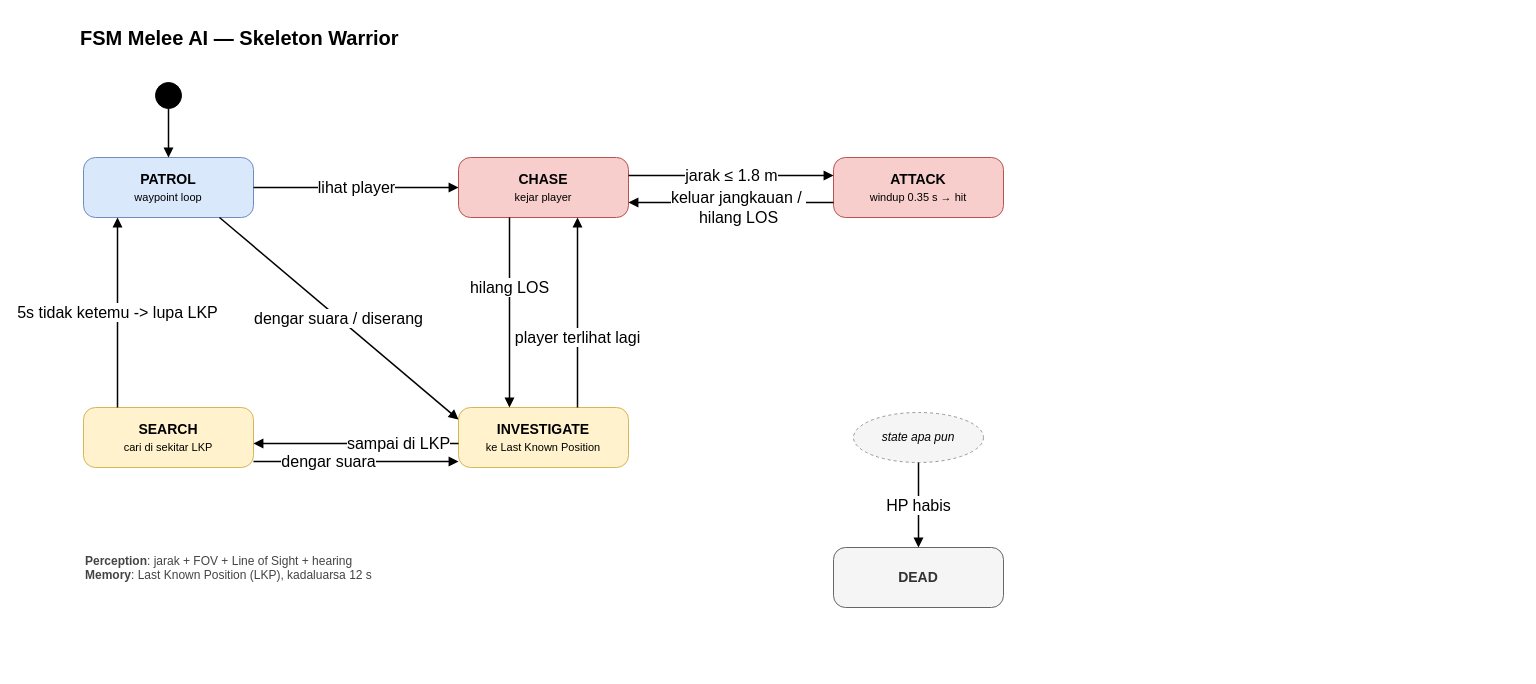
Earlier version of the draw.io diagram UTS-DungeonHunter/Docs/diagrams/fsm_melee.drawio (Theluckybro/Smart-Game-Mi-Ayam). Source tidied: cells renumbered, new cells numbered last; positions are measured from the earlier drawing's top-left corner, leaving out a move shared by most shapes. Both pictures are drawn from the tidied source at 100%, with x=0, y=0 at pixel (78, 17).
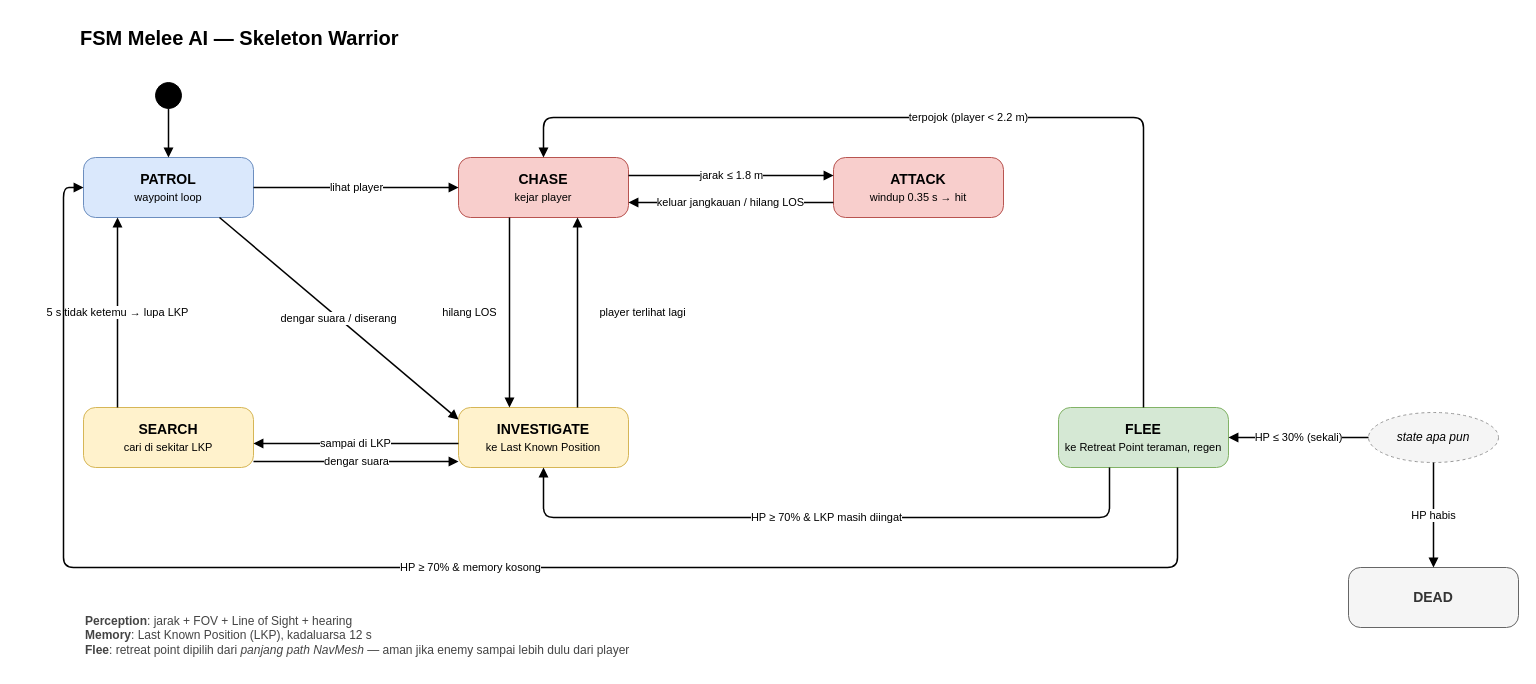
The same diagram, later.

The change refers to these unchanged cells:
```xml
<mxCell id="4" value="PATROL&lt;br&gt;&lt;span style=&quot;font-weight:normal;font-size:11px&quot;&gt;waypoint loop&lt;/span&gt;" style="rounded=1;whiteSpace=wrap;html=1;fillColor=#dae8fc;strokeColor=#6c8ebf;fontStyle=1;fontSize=14;arcSize=20;" parent="1" vertex="1">
  <mxGeometry x="5" y="140" width="170" height="60" as="geometry" />
</mxCell>
<mxCell id="5" value="CHASE&lt;br&gt;&lt;span style=&quot;font-weight:normal;font-size:11px&quot;&gt;kejar player&lt;/span&gt;" style="rounded=1;whiteSpace=wrap;html=1;fillColor=#f8cecc;strokeColor=#b85450;fontStyle=1;fontSize=14;arcSize=20;" parent="1" vertex="1">
  <mxGeometry x="380" y="140" width="170" height="60" as="geometry" />
</mxCell>
<mxCell id="6" value="ATTACK&lt;br&gt;&lt;span style=&quot;font-weight:normal;font-size:11px&quot;&gt;windup 0.35 s → hit&lt;/span&gt;" style="rounded=1;whiteSpace=wrap;html=1;fillColor=#f8cecc;strokeColor=#b85450;fontStyle=1;fontSize=14;arcSize=20;" parent="1" vertex="1">
  <mxGeometry x="755" y="140" width="170" height="60" as="geometry" />
</mxCell>
<mxCell id="7" value="INVESTIGATE&lt;br&gt;&lt;span style=&quot;font-weight:normal;font-size:11px&quot;&gt;ke Last Known Position&lt;/span&gt;" style="rounded=1;whiteSpace=wrap;html=1;fillColor=#fff2cc;strokeColor=#d6b656;fontStyle=1;fontSize=14;arcSize=20;" parent="1" vertex="1">
  <mxGeometry x="380" y="390" width="170" height="60" as="geometry" />
</mxCell>
<mxCell id="8" value="SEARCH&lt;br&gt;&lt;span style=&quot;font-weight:normal;font-size:11px&quot;&gt;cari di sekitar LKP&lt;/span&gt;" style="rounded=1;whiteSpace=wrap;html=1;fillColor=#fff2cc;strokeColor=#d6b656;fontStyle=1;fontSize=14;arcSize=20;" parent="1" vertex="1">
  <mxGeometry x="5" y="390" width="170" height="60" as="geometry" />
</mxCell>
```

Change to the diagram source:
```diff
@@
+    <mxCell id="23" value="FLEE&lt;br&gt;&lt;span style=&quot;font-weight:normal;font-size:11px&quot;&gt;ke Retreat Point teraman, regen&lt;/span&gt;" style="rounded=1;whiteSpace=wrap;html=1;fillColor=#d5e8d4;strokeColor=#82b366;fontStyle=1;fontSize=14;arcSize=20;" parent="1" vertex="1">
+      <mxGeometry x="980" y="390" width="170" height="60" as="geometry" />
+    </mxCell>
     <mxCell id="9" value="state apa pun" style="ellipse;whiteSpace=wrap;html=1;fillColor=#f5f5f5;strokeColor=#999999;dashed=1;fontSize=12;fontStyle=2;" parent="1" vertex="1">
-      <mxGeometry x="775" y="395" width="130" height="50" as="geometry" />
+      <mxGeometry x="1290" y="395" width="130" height="50" as="geometry" />
     </mxCell>
     <mxCell id="10" value="DEAD" style="rounded=1;whiteSpace=wrap;html=1;fillColor=#f5f5f5;strokeColor=#666666;fontColor=#333333;fontStyle=1;fontSize=14;arcSize=20;" parent="1" vertex="1">
-      <mxGeometry x="755" y="530" width="170" height="60" as="geometry" />
+      <mxGeometry x="1270" y="550" width="170" height="60" as="geometry" />
     </mxCell>
-    <mxCell id="11" value="&lt;b&gt;Perception&lt;/b&gt;: jarak + FOV + Line of Sight + hearing&lt;br&gt;&lt;b&gt;Memory&lt;/b&gt;: Last Known Position (LKP), kadaluarsa 12 s" style="text;html=1;align=left;verticalAlign=top;fontSize=12;whiteSpace=wrap;fontColor=#444444;" parent="1" vertex="1">
-      <mxGeometry x="5" y="530" width="600" height="50" as="geometry" />
+    <mxCell id="11" value="&lt;b&gt;Perception&lt;/b&gt;: jarak + FOV + Line of Sight + hearing&lt;br&gt;&lt;b&gt;Memory&lt;/b&gt;: Last Known Position (LKP), kadaluarsa 12 s&lt;br&gt;&lt;b&gt;Flee&lt;/b&gt;: retreat point dipilih dari &lt;i&gt;panjang path NavMesh&lt;/i&gt; — aman jika enemy sampai lebih dulu dari player" style="text;html=1;align=left;verticalAlign=top;fontSize=12;whiteSpace=wrap;fontColor=#444444;" parent="1" vertex="1">
+      <mxGeometry x="5" y="590" width="760" height="60" as="geometry" />
     </mxCell>
@@
-    <mxCell id="13" value="&lt;font style=&quot;font-size: 16px;&quot;&gt;lihat player&lt;/font&gt;" style="html=1;rounded=1;endArrow=block;endFill=1;strokeWidth=1.5;fontSize=11;labelBackgroundColor=#ffffff;exitX=1;exitY=0.5;exitDx=0;exitDy=0;entryX=0;entryY=0.5;entryDx=0;entryDy=0;" parent="1" edge="1" source="4" target="5">
+    <mxCell id="13" value="lihat player" style="html=1;rounded=1;endArrow=block;endFill=1;strokeWidth=1.5;fontSize=11;labelBackgroundColor=#ffffff;exitX=1;exitY=0.5;exitDx=0;exitDy=0;entryX=0;entryY=0.5;entryDx=0;entryDy=0;" parent="1" edge="1" source="4" target="5">
       <mxGeometry relative="1" as="geometry" />
     </mxCell>
-    <mxCell id="14" value="&lt;font style=&quot;font-size: 16px;&quot;&gt;jarak ≤ 1.8 m&lt;/font&gt;" style="html=1;rounded=1;endArrow=block;endFill=1;strokeWidth=1.5;fontSize=11;labelBackgroundColor=#ffffff;exitX=1;exitY=0.3;exitDx=0;exitDy=0;entryX=0;entryY=0.3;entryDx=0;entryDy=0;" parent="1" edge="1" source="5" target="6">
+    <mxCell id="14" value="jarak ≤ 1.8 m" style="html=1;rounded=1;endArrow=block;endFill=1;strokeWidth=1.5;fontSize=11;labelBackgroundColor=#ffffff;exitX=1;exitY=0.3;exitDx=0;exitDy=0;entryX=0;entryY=0.3;entryDx=0;entryDy=0;" parent="1" edge="1" source="5" target="6">
       <mxGeometry relative="1" as="geometry" />
     </mxCell>
-    <mxCell id="15" value="&lt;font style=&quot;font-size: 16px;&quot;&gt;keluar jangkauan /&amp;nbsp;&lt;/font&gt;&lt;div&gt;&lt;font style=&quot;font-size: 16px;&quot;&gt;hilang LOS&lt;/font&gt;&lt;/div&gt;" style="html=1;rounded=1;endArrow=block;endFill=1;strokeWidth=1.5;fontSize=11;labelBackgroundColor=#ffffff;exitX=0;exitY=0.75;exitDx=0;exitDy=0;entryX=1;entryY=0.75;entryDx=0;entryDy=0;" parent="1" edge="1" source="6" target="5">
-      <mxGeometry x="-0.07" y="5" relative="1" as="geometry" />
+    <mxCell id="15" value="keluar jangkauan / hilang LOS" style="html=1;rounded=1;endArrow=block;endFill=1;strokeWidth=1.5;fontSize=11;labelBackgroundColor=#ffffff;exitX=0;exitY=0.75;exitDx=0;exitDy=0;entryX=1;entryY=0.75;entryDx=0;entryDy=0;" parent="1" edge="1" source="6" target="5">
+      <mxGeometry relative="1" as="geometry" />
     </mxCell>
-    <mxCell id="16" value="&lt;font style=&quot;font-size: 16px;&quot;&gt;hilang LOS&lt;/font&gt;" style="html=1;rounded=1;endArrow=block;endFill=1;strokeWidth=1.5;fontSize=11;labelBackgroundColor=#ffffff;exitX=0.3;exitY=1;exitDx=0;exitDy=0;entryX=0.3;entryY=0;entryDx=0;entryDy=0;" parent="1" edge="1" source="5" target="7">
-      <mxGeometry x="-0.26" relative="1" as="geometry" />
+    <mxCell id="16" value="hilang LOS" style="html=1;rounded=1;endArrow=block;endFill=1;strokeWidth=1.5;fontSize=11;labelBackgroundColor=#ffffff;exitX=0.3;exitY=1;exitDx=0;exitDy=0;entryX=0.3;entryY=0;entryDx=0;entryDy=0;" parent="1" edge="1" source="5" target="7">
+      <mxGeometry relative="1" as="geometry">
+        <mxPoint x="-40" as="offset" />
+      </mxGeometry>
     </mxCell>
-    <mxCell id="17" value="&lt;font style=&quot;font-size: 16px;&quot;&gt;player terlihat lagi&lt;/font&gt;" style="html=1;rounded=1;endArrow=block;endFill=1;strokeWidth=1.5;fontSize=11;labelBackgroundColor=#ffffff;exitX=0.7;exitY=0;exitDx=0;exitDy=0;entryX=0.7;entryY=1;entryDx=0;entryDy=0;" parent="1" edge="1" source="7" target="5">
-      <mxGeometry x="-0.26" relative="1" as="geometry" />
+    <mxCell id="17" value="player terlihat lagi" style="html=1;rounded=1;endArrow=block;endFill=1;strokeWidth=1.5;fontSize=11;labelBackgroundColor=#ffffff;exitX=0.7;exitY=0;exitDx=0;exitDy=0;entryX=0.7;entryY=1;entryDx=0;entryDy=0;" parent="1" edge="1" source="7" target="5">
+      <mxGeometry relative="1" as="geometry">
+        <mxPoint x="65" as="offset" />
+      </mxGeometry>
     </mxCell>
-    <mxCell id="18" value="&lt;font style=&quot;font-size: 16px;&quot;&gt;dengar suara / diserang&lt;/font&gt;" style="html=1;rounded=1;endArrow=block;endFill=1;strokeWidth=1.5;fontSize=11;labelBackgroundColor=#ffffff;exitX=0.8;exitY=1;exitDx=0;exitDy=0;entryX=0;entryY=0.2;entryDx=0;entryDy=0;" parent="1" edge="1" source="4" target="7">
+    <mxCell id="18" value="dengar suara / diserang" style="html=1;rounded=1;endArrow=block;endFill=1;strokeWidth=1.5;fontSize=11;labelBackgroundColor=#ffffff;exitX=0.8;exitY=1;exitDx=0;exitDy=0;entryX=0;entryY=0.2;entryDx=0;entryDy=0;" parent="1" edge="1" source="4" target="7">
       <mxGeometry relative="1" as="geometry" />
     </mxCell>
-    <mxCell id="19" value="&lt;font style=&quot;font-size: 16px;&quot;&gt;sampai di LKP&lt;/font&gt;" style="html=1;rounded=1;endArrow=block;endFill=1;strokeWidth=1.5;fontSize=11;labelBackgroundColor=#ffffff;exitX=0;exitY=0.6;exitDx=0;exitDy=0;entryX=1;entryY=0.6;entryDx=0;entryDy=0;" parent="1" edge="1" source="7" target="8">
-      <mxGeometry x="-0.41" relative="1" as="geometry" />
+    <mxCell id="19" value="sampai di LKP" style="html=1;rounded=1;endArrow=block;endFill=1;strokeWidth=1.5;fontSize=11;labelBackgroundColor=#ffffff;exitX=0;exitY=0.6;exitDx=0;exitDy=0;entryX=1;entryY=0.6;entryDx=0;entryDy=0;" parent="1" edge="1" source="7" target="8">
+      <mxGeometry relative="1" as="geometry" />
     </mxCell>
-    <mxCell id="20" value="&lt;font style=&quot;font-size: 16px;&quot;&gt;dengar suara&lt;/font&gt;" style="html=1;rounded=1;endArrow=block;endFill=1;strokeWidth=1.5;fontSize=11;labelBackgroundColor=#ffffff;exitX=1;exitY=0.9;exitDx=0;exitDy=0;entryX=0;entryY=0.9;entryDx=0;entryDy=0;" parent="1" edge="1" source="8" target="7">
-      <mxGeometry x="-0.27" relative="1" as="geometry" />
+    <mxCell id="20" value="dengar suara" style="html=1;rounded=1;endArrow=block;endFill=1;strokeWidth=1.5;fontSize=11;labelBackgroundColor=#ffffff;exitX=1;exitY=0.9;exitDx=0;exitDy=0;entryX=0;entryY=0.9;entryDx=0;entryDy=0;" parent="1" edge="1" source="8" target="7">
+      <mxGeometry relative="1" as="geometry" />
     </mxCell>
-    <mxCell id="21" value="&lt;font style=&quot;font-size: 16px;&quot;&gt;5s tidak ketemu -&amp;gt; lupa LKP&lt;/font&gt;" style="html=1;rounded=1;endArrow=block;endFill=1;strokeWidth=1.5;fontSize=11;labelBackgroundColor=#ffffff;exitX=0.2;exitY=0;exitDx=0;exitDy=0;entryX=0.2;entryY=1;entryDx=0;entryDy=0;" parent="1" edge="1" source="8" target="4">
+    <mxCell id="21" value="5 s tidak ketemu → lupa LKP" style="html=1;rounded=1;endArrow=block;endFill=1;strokeWidth=1.5;fontSize=11;labelBackgroundColor=#ffffff;exitX=0.2;exitY=0;exitDx=0;exitDy=0;entryX=0.2;entryY=1;entryDx=0;entryDy=0;" parent="1" edge="1" source="8" target="4">
       <mxGeometry relative="1" as="geometry" />
     </mxCell>
-    <mxCell id="22" value="&lt;font style=&quot;font-size: 16px;&quot;&gt;HP habis&lt;/font&gt;" style="html=1;rounded=1;endArrow=block;endFill=1;strokeWidth=1.5;fontSize=11;labelBackgroundColor=#ffffff;exitX=0.5;exitY=1;exitDx=0;exitDy=0;entryX=0.5;entryY=0;entryDx=0;entryDy=0;" parent="1" edge="1" source="9" target="10">
+    <mxCell id="22" value="HP ≤ 30% (sekali)" style="html=1;rounded=1;endArrow=block;endFill=1;strokeWidth=1.5;fontSize=11;labelBackgroundColor=#ffffff;exitX=0;exitY=0.5;exitDx=0;exitDy=0;entryX=1;entryY=0.5;entryDx=0;entryDy=0;" parent="1" edge="1" source="9" target="23">
       <mxGeometry relative="1" as="geometry" />
     </mxCell>
+    <mxCell id="24" value="HP habis" style="html=1;rounded=1;endArrow=block;endFill=1;strokeWidth=1.5;fontSize=11;labelBackgroundColor=#ffffff;exitX=0.5;exitY=1;exitDx=0;exitDy=0;entryX=0.5;entryY=0;entryDx=0;entryDy=0;" parent="1" edge="1" source="9" target="10">
+      <mxGeometry relative="1" as="geometry" />
+    </mxCell>
+    <mxCell id="25" value="terpojok (player &lt; 2.2 m)" style="html=1;rounded=1;endArrow=block;endFill=1;strokeWidth=1.5;fontSize=11;labelBackgroundColor=#ffffff;exitX=0.5;exitY=0;exitDx=0;exitDy=0;entryX=0.5;entryY=0;entryDx=0;entryDy=0;" parent="1" edge="1" source="23" target="5">
+      <mxGeometry relative="1" as="geometry">
+        <Array as="points">
+          <mxPoint x="1065" y="100" />
+          <mxPoint x="465" y="100" />
+        </Array>
+      </mxGeometry>
+    </mxCell>
+    <mxCell id="26" value="HP ≥ 70% &amp; LKP masih diingat" style="html=1;rounded=1;endArrow=block;endFill=1;strokeWidth=1.5;fontSize=11;labelBackgroundColor=#ffffff;exitX=0.3;exitY=1;exitDx=0;exitDy=0;entryX=0.5;entryY=1;entryDx=0;entryDy=0;" parent="1" edge="1" source="23" target="7">
+      <mxGeometry relative="1" as="geometry">
+        <Array as="points">
+          <mxPoint x="1031" y="500" />
+          <mxPoint x="465" y="500" />
+        </Array>
+      </mxGeometry>
+    </mxCell>
+    <mxCell id="27" value="HP ≥ 70% &amp; memory kosong" style="html=1;rounded=1;endArrow=block;endFill=1;strokeWidth=1.5;fontSize=11;labelBackgroundColor=#ffffff;exitX=0.7;exitY=1;exitDx=0;exitDy=0;entryX=0;entryY=0.5;entryDx=0;entryDy=0;" parent="1" edge="1" source="23" target="4">
+      <mxGeometry relative="1" as="geometry">
+        <Array as="points">
+          <mxPoint x="1099" y="550" />
+          <mxPoint x="-15" y="550" />
+          <mxPoint x="-15" y="170" />
+        </Array>
+      </mxGeometry>
+    </mxCell>
```
